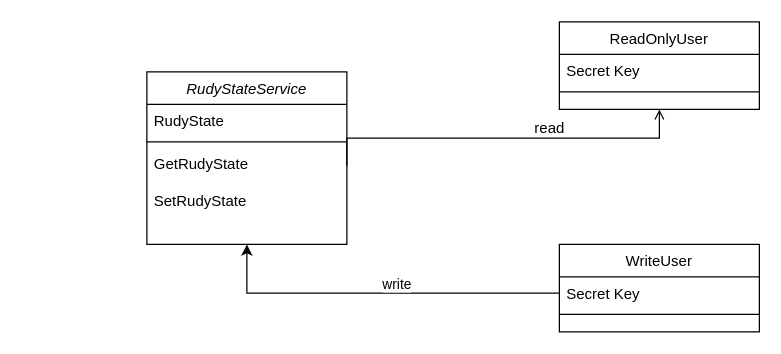
danielkaiser80/angular-pet-store keeps this draw.io diagram as Unbenanntes Diagramm.drawio. Above is the earlier version. Source tidied: cells renumbered, new cells numbered last; positions are measured from the earlier drawing's top-left corner, leaving out a move shared by most shapes. Both pictures are drawn from the tidied source at 125%, with x=0, y=0 at pixel (146, 21).
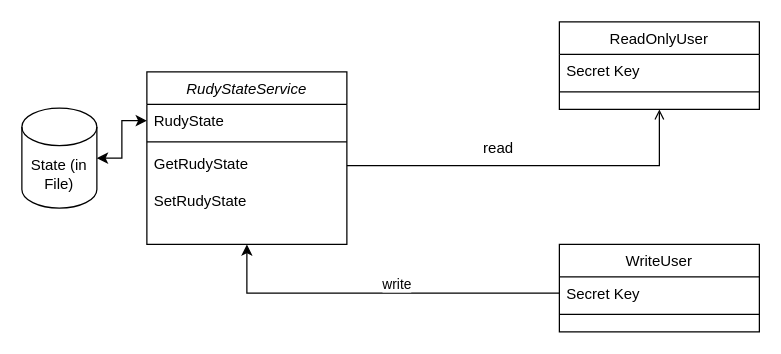
Above is the later version.

Commit message:
RudyState verbessert

Unchanged cells that the change refers to:
```xml
<mxCell id="3" value="RudyState" style="text;align=left;verticalAlign=top;spacingLeft=4;spacingRight=4;overflow=hidden;points=[[0,0.5],[1,0.5]];portConstraint=eastwest;rounded=0;shadow=0;html=0;" parent="2" vertex="1">
  <mxGeometry y="26" width="160" height="26" as="geometry" />
</mxCell>
<mxCell id="5" value="GetRudyState" style="text;align=left;verticalAlign=top;spacingLeft=4;spacingRight=4;overflow=hidden;points=[[0,0.5],[1,0.5]];portConstraint=eastwest;" parent="2" vertex="1">
  <mxGeometry y="60" width="160" height="30" as="geometry" />
</mxCell>
<mxCell id="7" value="ReadOnlyUser" style="swimlane;fontStyle=0;align=center;verticalAlign=top;horizontal=1;startSize=26;rounded=0;shadow=0;strokeWidth=1;" parent="1" vertex="1">
  <mxGeometry x="330" width="160" height="70" as="geometry" />
</mxCell>
```

Change to the diagram source:
```diff
@@
     <mxCell id="10" style="endArrow=open;shadow=0;strokeWidth=1;rounded=0;endFill=1;edgeStyle=elbowEdgeStyle;elbow=vertical;exitX=1;exitY=0.5;exitDx=0;exitDy=0;" parent="1" edge="1" source="5" target="7">
       <mxGeometry x="0.5" y="41" relative="1" as="geometry">
+        <Array as="points">
+          <mxPoint x="260" y="115" />
+        </Array>
         <mxPoint x="-40" y="32" as="offset" />
       </mxGeometry>
     </mxCell>
     <mxCell id="11" value="read" style="text;html=1;align=center;verticalAlign=middle;labelBackgroundColor=none;rounded=0;shadow=0;strokeWidth=1;fontSize=12;" parent="10" vertex="1">
       <mxGeometry x="0.5" y="49" relative="1" as="geometry">
-        <mxPoint x="-38" y="40" as="offset" />
+        <mxPoint x="-101" y="34" as="offset" />
       </mxGeometry>
     </mxCell>
@@
+    <mxCell id="16" style="edgeStyle=orthogonalEdgeStyle;rounded=0;jettySize=auto;html=1;exitX=1;exitY=0.5;exitDx=0;exitDy=0;exitPerimeter=0;entryX=0;entryY=0.5;entryDx=0;entryDy=0;startArrow=classic;startFill=1;" parent="1" edge="1" source="17" target="3">
+      <mxGeometry relative="1" as="geometry" />
+    </mxCell>
+    <mxCell id="17" value="State (in File)" style="shape=cylinder3;whiteSpace=wrap;html=1;boundedLbl=1;backgroundOutline=1;size=15;" parent="1" vertex="1">
+      <mxGeometry x="-100" y="69" width="60" height="80" as="geometry" />
+    </mxCell>
```
